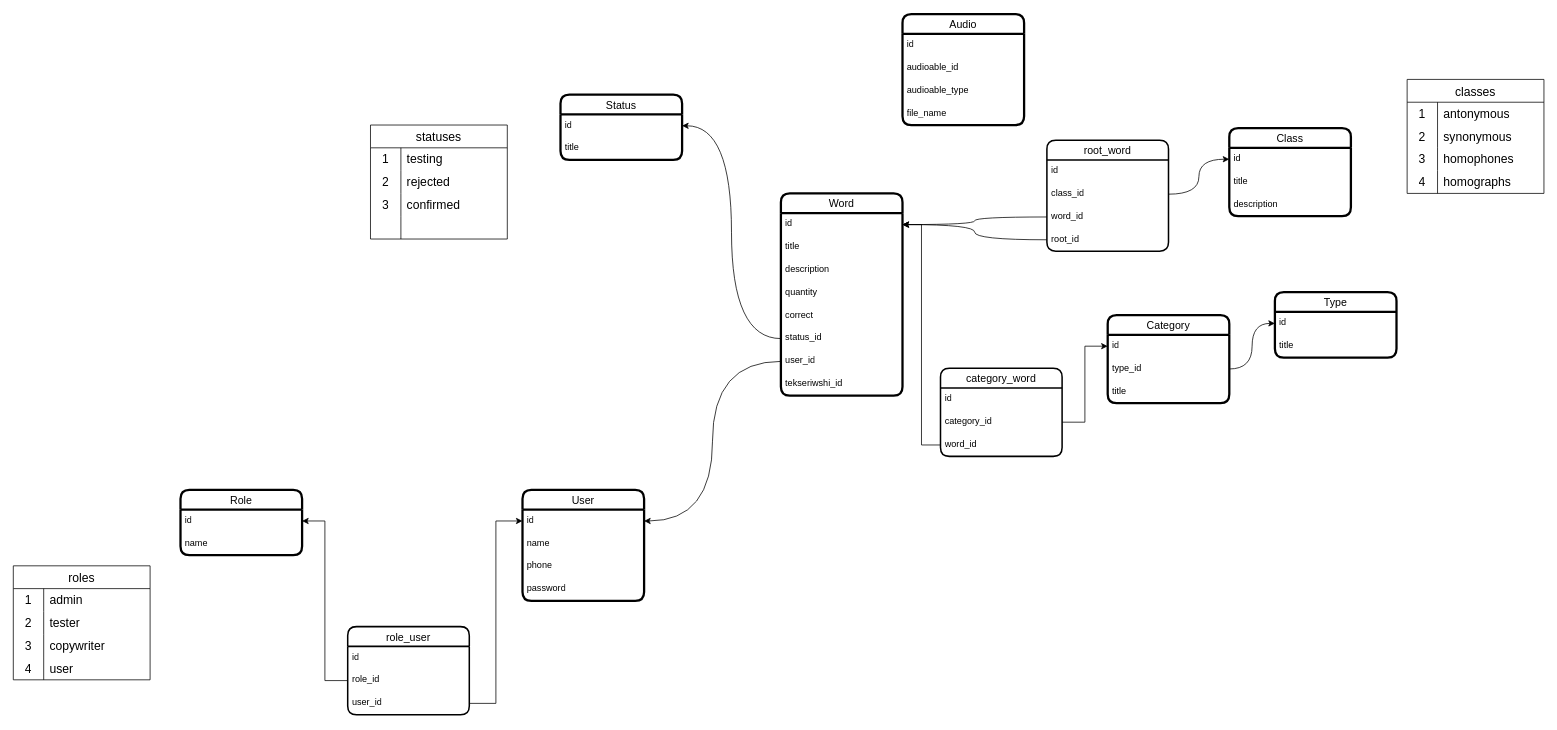
Before: ts-backend.drawio in iztileuoff/databases, a draw.io diagram. Source tidied: cells renumbered, new cells numbered last; positions are measured from the earlier drawing's top-left corner, leaving out a move shared by most shapes. Both pictures are drawn from the tidied source at 76%, with x=0, y=0 at pixel (13, 14).
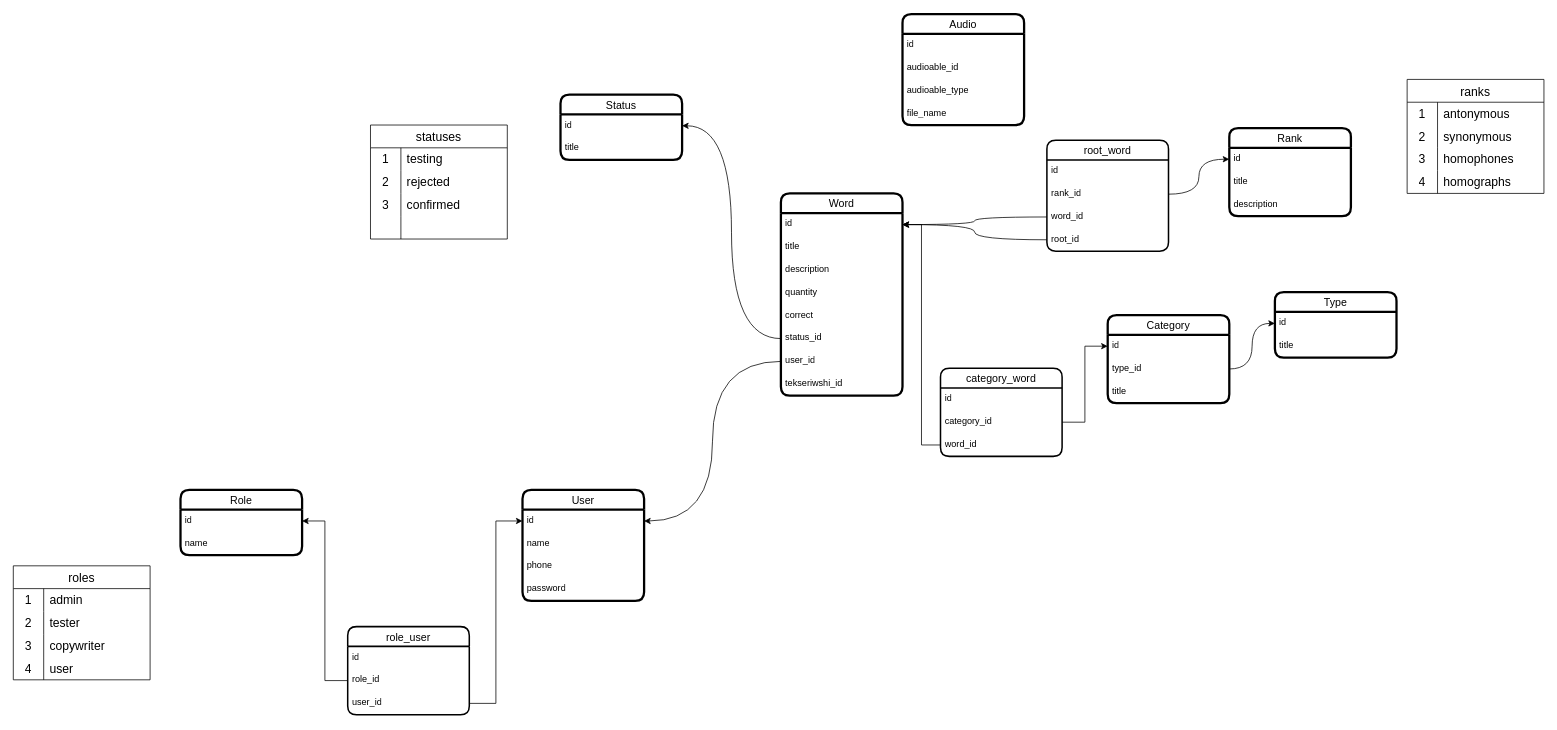
After the change.

Unchanged cells that the change refers to:
```xml
<mxCell id="79" value="root_word" style="swimlane;fontStyle=0;horizontal=1;startSize=26;align=center;fontSize=14;rounded=1;strokeWidth=2;" parent="1" vertex="1">
  <mxGeometry x="1360" y="166" width="160" height="146" as="geometry" />
</mxCell>
```

Change to the diagram source:
```diff
@@
-    <mxCell id="75" value="Class" style="swimlane;fontStyle=0;horizontal=1;startSize=26;align=center;fontSize=14;rounded=1;strokeWidth=3;" parent="1" vertex="1">
+    <mxCell id="75" value="Rank" style="swimlane;fontStyle=0;horizontal=1;startSize=26;align=center;fontSize=14;rounded=1;strokeWidth=3;" parent="1" vertex="1">
       <mxGeometry x="1600" y="150" width="160" height="116" as="geometry" />
     </mxCell>
@@
-    <mxCell id="81" value="class_id" style="text;strokeColor=none;fillColor=none;spacingLeft=4;spacingRight=4;overflow=hidden;points=[[0,0.5],[1,0.5]];portConstraint=eastwest;fontSize=12;whiteSpace=wrap;html=1;" parent="79" vertex="1">
+    <mxCell id="81" value="rank_id" style="text;strokeColor=none;fillColor=none;spacingLeft=4;spacingRight=4;overflow=hidden;points=[[0,0.5],[1,0.5]];portConstraint=eastwest;fontSize=12;whiteSpace=wrap;html=1;" parent="79" vertex="1">
       <mxGeometry y="56" width="160" height="30" as="geometry" />
     </mxCell>
@@
-    <mxCell id="87" value="classes" style="shape=table;startSize=30;childLayout=tableLayout;rowLines=0;fontStyle=0;strokeColor=default;fontSize=16;" parent="1" vertex="1">
+    <mxCell id="87" value="ranks" style="shape=table;startSize=30;childLayout=tableLayout;rowLines=0;fontStyle=0;strokeColor=default;fontSize=16;" parent="1" vertex="1">
       <mxGeometry x="1834" y="86" width="180" height="150" as="geometry" />
     </mxCell>
```
